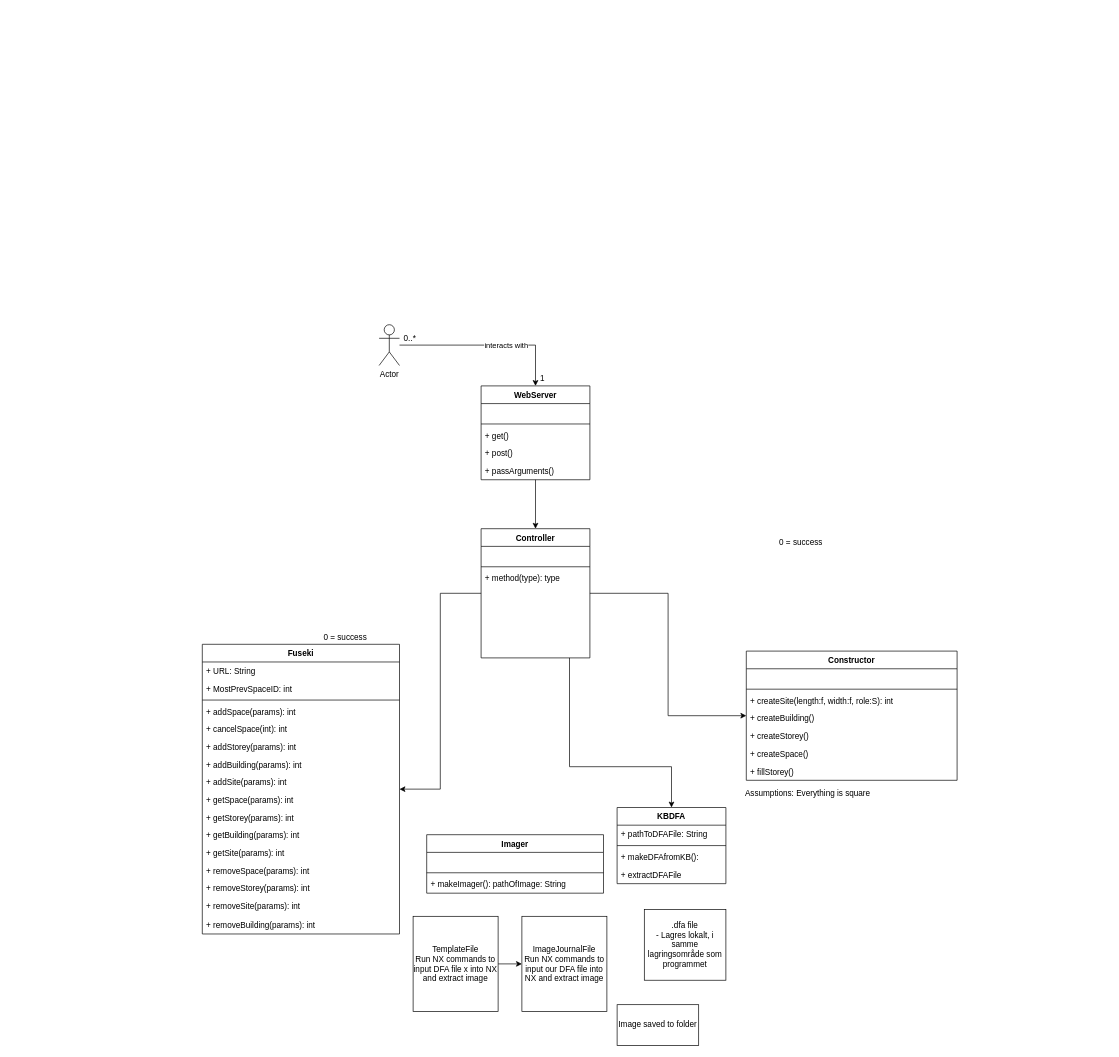
This is page "Design Class Diagram" (7 of 9) of Diagrams/Diagrams.drawio from Hallvaeb/automation-p2-construction-knowledge-base, a draw.io file, before an edit. Source tidied: cells renumbered, new cells numbered last; positions are measured from the earlier drawing's top-left corner, leaving out a move shared by most shapes. Both pictures are drawn from the tidied source at 68%, with x=0, y=0 at pixel (202, 324).
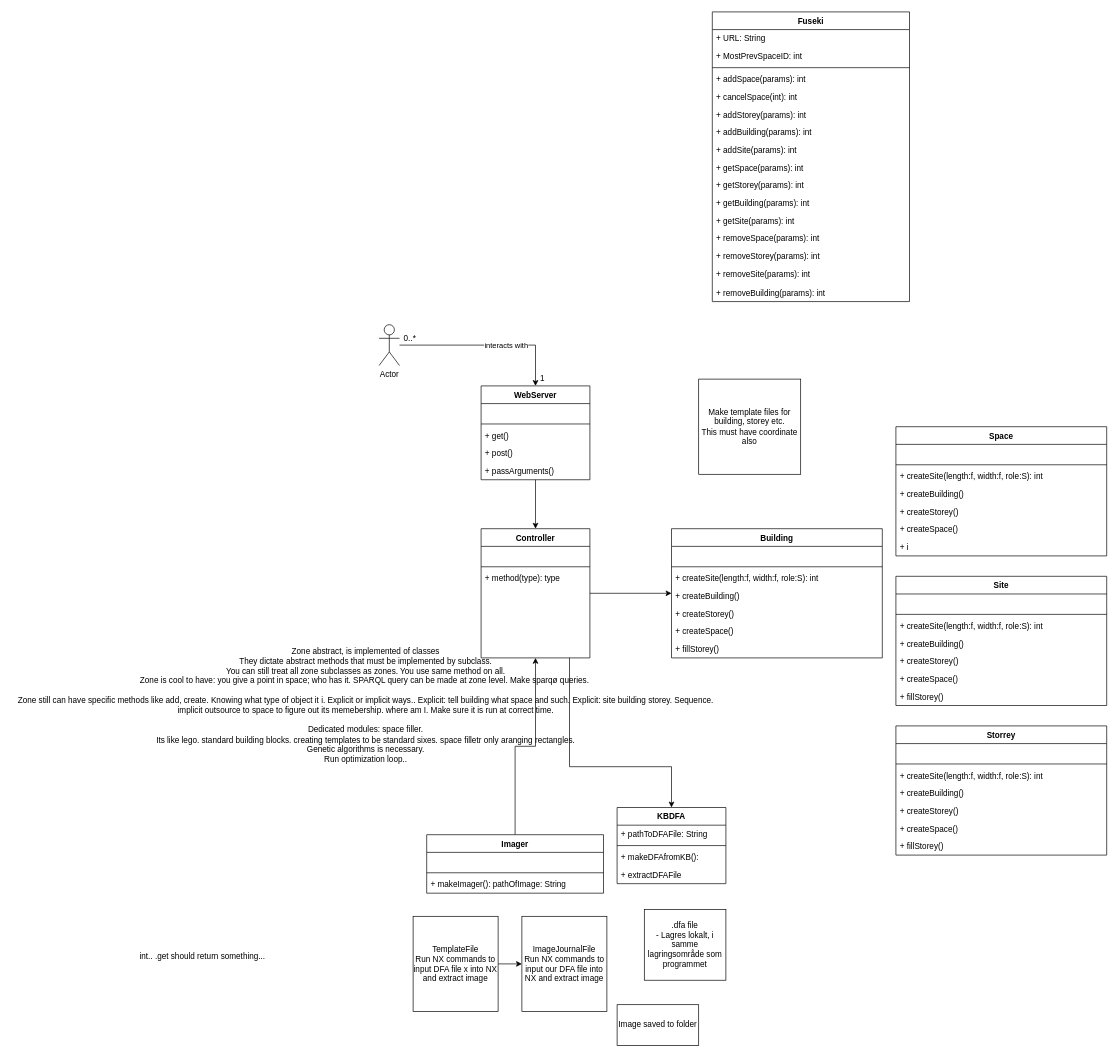
The same page after the edit.

Unchanged cells that the change refers to:
```xml
<mxCell id="36" value="Controller" style="swimlane;fontStyle=1;align=center;verticalAlign=top;horizontal=1;startSize=26;strokeColor=default;fillColor=default;" parent="1" vertex="1">
  <mxGeometry x="410" y="300" width="160" height="190" as="geometry" />
</mxCell>
<mxCell id="50" value="Imager" style="swimlane;fontStyle=1;align=center;verticalAlign=top;horizontal=1;startSize=26;strokeColor=default;fillColor=default;" parent="1" vertex="1">
  <mxGeometry x="330" y="750" width="260" height="86" as="geometry" />
</mxCell>
```

Diff of the diagram source:
```diff
@@
-    <mxCell id="9" style="edgeStyle=orthogonalEdgeStyle;rounded=0;jettySize=auto;html=1;" parent="1" edge="1" source="36" target="18">
-      <mxGeometry relative="1" as="geometry" />
-    </mxCell>
-    <mxCell id="10" value="Constructor" style="swimlane;fontStyle=1;align=center;verticalAlign=top;horizontal=1;startSize=26;strokeColor=default;fillColor=default;" parent="1" vertex="1">
-      <mxGeometry x="800" y="480" width="310" height="190" as="geometry" />
+    <mxCell id="10" value="Building" style="swimlane;fontStyle=1;align=center;verticalAlign=top;horizontal=1;startSize=26;strokeColor=default;fillColor=default;" parent="1" vertex="1">
+      <mxGeometry x="690" y="300" width="310" height="190" as="geometry" />
     </mxCell>
@@
     <mxCell id="18" value="Fuseki" style="swimlane;fontStyle=1;align=center;verticalAlign=top;horizontal=1;startSize=26;strokeColor=default;fillColor=default;" parent="1" vertex="1">
-      <mxGeometry y="470" width="290" height="426" as="geometry" />
+      <mxGeometry x="750" y="-460" width="290" height="426" as="geometry" />
     </mxCell>
@@
+    <mxCell id="67" style="edgeStyle=orthogonalEdgeStyle;rounded=0;jettySize=auto;html=1;exitX=0.5;exitY=0;exitDx=0;exitDy=0;" parent="1" edge="1" source="50" target="36">
+      <mxGeometry relative="1" as="geometry" />
+    </mxCell>
@@
-    <mxCell id="59" value="0 = success&lt;br&gt;" style="text;html=1;align=center;verticalAlign=middle;strokeColor=none;fillColor=none;" parent="1" vertex="1">
-      <mxGeometry x="840" y="311" width="80" height="20" as="geometry" />
-    </mxCell>
-    <mxCell id="60" value="Assumptions: Everything is square" style="text;html=1;align=center;verticalAlign=middle;strokeColor=none;fillColor=none;" parent="1" vertex="1">
-      <mxGeometry x="790" y="680" width="200" height="20" as="geometry" />
-    </mxCell>
-    <mxCell id="61" value="0 = success&lt;br&gt;" style="text;html=1;align=center;verticalAlign=middle;strokeColor=none;fillColor=none;" parent="1" vertex="1">
-      <mxGeometry x="170" y="450" width="80" height="20" as="geometry" />
-    </mxCell>
@@
+    <mxCell id="68" value="int.. .get should return something...&lt;br&gt;" style="text;html=1;align=center;verticalAlign=middle;strokeColor=none;fillColor=none;" parent="1" vertex="1">
+      <mxGeometry x="-100" y="920" width="200" height="20" as="geometry" />
+    </mxCell>
+    <mxCell id="69" value="Site" style="swimlane;fontStyle=1;align=center;verticalAlign=top;horizontal=1;startSize=26;strokeColor=default;fillColor=default;" parent="1" vertex="1">
+      <mxGeometry x="1020" y="370" width="310" height="190" as="geometry" />
+    </mxCell>
+    <mxCell id="70" value=" " style="text;strokeColor=none;fillColor=none;align=left;verticalAlign=top;spacingLeft=4;spacingRight=4;overflow=hidden;" parent="69" vertex="1">
+      <mxGeometry y="26" width="310" height="26" as="geometry" />
+    </mxCell>
+    <mxCell id="71" style="line;strokeWidth=1;fillColor=none;align=left;verticalAlign=middle;spacingTop=-1;spacingLeft=3;spacingRight=3;labelPosition=right;" parent="69" vertex="1">
+      <mxGeometry y="52" width="310" height="8" as="geometry" />
+    </mxCell>
+    <mxCell id="72" value="+ createSite(length:f, width:f, role:S): int" style="text;strokeColor=none;fillColor=none;align=left;verticalAlign=top;spacingLeft=4;spacingRight=4;overflow=hidden;" parent="69" vertex="1">
+      <mxGeometry y="60" width="310" height="26" as="geometry" />
+    </mxCell>
+    <mxCell id="73" value="+ createBuilding()" style="text;strokeColor=none;fillColor=none;align=left;verticalAlign=top;spacingLeft=4;spacingRight=4;overflow=hidden;" parent="69" vertex="1">
+      <mxGeometry y="86" width="310" height="26" as="geometry" />
+    </mxCell>
+    <mxCell id="74" value="+ createStorey()" style="text;strokeColor=none;fillColor=none;align=left;verticalAlign=top;spacingLeft=4;spacingRight=4;overflow=hidden;" parent="69" vertex="1">
+      <mxGeometry y="112" width="310" height="26" as="geometry" />
+    </mxCell>
+    <mxCell id="75" value="+ createSpace()" style="text;strokeColor=none;fillColor=none;align=left;verticalAlign=top;spacingLeft=4;spacingRight=4;overflow=hidden;" parent="69" vertex="1">
+      <mxGeometry y="138" width="310" height="26" as="geometry" />
+    </mxCell>
+    <mxCell id="76" value="+ fillStorey()" style="text;strokeColor=none;fillColor=none;align=left;verticalAlign=top;spacingLeft=4;spacingRight=4;overflow=hidden;" parent="69" vertex="1">
+      <mxGeometry y="164" width="310" height="26" as="geometry" />
+    </mxCell>
+    <mxCell id="77" value="Storrey" style="swimlane;fontStyle=1;align=center;verticalAlign=top;horizontal=1;startSize=26;strokeColor=default;fillColor=default;" parent="1" vertex="1">
+      <mxGeometry x="1020" y="590" width="310" height="190" as="geometry" />
+    </mxCell>
+    <mxCell id="78" value=" " style="text;strokeColor=none;fillColor=none;align=left;verticalAlign=top;spacingLeft=4;spacingRight=4;overflow=hidden;" parent="77" vertex="1">
+      <mxGeometry y="26" width="310" height="26" as="geometry" />
+    </mxCell>
+    <mxCell id="79" style="line;strokeWidth=1;fillColor=none;align=left;verticalAlign=middle;spacingTop=-1;spacingLeft=3;spacingRight=3;labelPosition=right;" parent="77" vertex="1">
+      <mxGeometry y="52" width="310" height="8" as="geometry" />
+    </mxCell>
+    <mxCell id="80" value="+ createSite(length:f, width:f, role:S): int" style="text;strokeColor=none;fillColor=none;align=left;verticalAlign=top;spacingLeft=4;spacingRight=4;overflow=hidden;" parent="77" vertex="1">
+      <mxGeometry y="60" width="310" height="26" as="geometry" />
+    </mxCell>
+    <mxCell id="81" value="+ createBuilding()" style="text;strokeColor=none;fillColor=none;align=left;verticalAlign=top;spacingLeft=4;spacingRight=4;overflow=hidden;" parent="77" vertex="1">
+      <mxGeometry y="86" width="310" height="26" as="geometry" />
+    </mxCell>
+    <mxCell id="82" value="+ createStorey()" style="text;strokeColor=none;fillColor=none;align=left;verticalAlign=top;spacingLeft=4;spacingRight=4;overflow=hidden;" parent="77" vertex="1">
+      <mxGeometry y="112" width="310" height="26" as="geometry" />
+    </mxCell>
+    <mxCell id="83" value="+ createSpace()" style="text;strokeColor=none;fillColor=none;align=left;verticalAlign=top;spacingLeft=4;spacingRight=4;overflow=hidden;" parent="77" vertex="1">
+      <mxGeometry y="138" width="310" height="26" as="geometry" />
+    </mxCell>
+    <mxCell id="84" value="+ fillStorey()" style="text;strokeColor=none;fillColor=none;align=left;verticalAlign=top;spacingLeft=4;spacingRight=4;overflow=hidden;" parent="77" vertex="1">
+      <mxGeometry y="164" width="310" height="26" as="geometry" />
+    </mxCell>
+    <mxCell id="85" value="Space" style="swimlane;fontStyle=1;align=center;verticalAlign=top;horizontal=1;startSize=26;strokeColor=default;fillColor=default;" parent="1" vertex="1">
+      <mxGeometry x="1020" y="150" width="310" height="190" as="geometry" />
+    </mxCell>
+    <mxCell id="86" value=" " style="text;strokeColor=none;fillColor=none;align=left;verticalAlign=top;spacingLeft=4;spacingRight=4;overflow=hidden;" parent="85" vertex="1">
+      <mxGeometry y="26" width="310" height="26" as="geometry" />
+    </mxCell>
+    <mxCell id="87" style="line;strokeWidth=1;fillColor=none;align=left;verticalAlign=middle;spacingTop=-1;spacingLeft=3;spacingRight=3;labelPosition=right;" parent="85" vertex="1">
+      <mxGeometry y="52" width="310" height="8" as="geometry" />
+    </mxCell>
+    <mxCell id="88" value="+ createSite(length:f, width:f, role:S): int" style="text;strokeColor=none;fillColor=none;align=left;verticalAlign=top;spacingLeft=4;spacingRight=4;overflow=hidden;" parent="85" vertex="1">
+      <mxGeometry y="60" width="310" height="26" as="geometry" />
+    </mxCell>
+    <mxCell id="89" value="+ createBuilding()" style="text;strokeColor=none;fillColor=none;align=left;verticalAlign=top;spacingLeft=4;spacingRight=4;overflow=hidden;" parent="85" vertex="1">
+      <mxGeometry y="86" width="310" height="26" as="geometry" />
+    </mxCell>
+    <mxCell id="90" value="+ createStorey()" style="text;strokeColor=none;fillColor=none;align=left;verticalAlign=top;spacingLeft=4;spacingRight=4;overflow=hidden;" parent="85" vertex="1">
+      <mxGeometry y="112" width="310" height="26" as="geometry" />
+    </mxCell>
+    <mxCell id="91" value="+ createSpace()" style="text;strokeColor=none;fillColor=none;align=left;verticalAlign=top;spacingLeft=4;spacingRight=4;overflow=hidden;" parent="85" vertex="1">
+      <mxGeometry y="138" width="310" height="26" as="geometry" />
+    </mxCell>
+    <mxCell id="92" value="+ i" style="text;strokeColor=none;fillColor=none;align=left;verticalAlign=top;spacingLeft=4;spacingRight=4;overflow=hidden;" parent="85" vertex="1">
+      <mxGeometry y="164" width="310" height="26" as="geometry" />
+    </mxCell>
+    <mxCell id="93" value="Make template files for building, storey etc.&lt;br&gt;This must have coordinate also" style="whiteSpace=wrap;html=1;" parent="1" vertex="1">
+      <mxGeometry x="730" y="80" width="150" height="140" as="geometry" />
+    </mxCell>
+    <mxCell id="94" value="Zone abstract, is implemented of classes&lt;br&gt;They dictate abstract methods that must be implemented by subclass.&lt;br&gt;You can still treat all zone subclasses as zones. You use same method on all.&lt;br&gt;Zone is cool to have: you give a point in space; who has it. SPARQL query can be made at zone level. Make sparqø queries.&amp;nbsp;&lt;br&gt;&lt;br&gt;Zone still can have specific methods like add, create. Knowing what type of object it i. Explicit or implicit ways.. Explicit: tell building what space and such. Explicit: site building storey. Sequence.&lt;br&gt;implicit outsource to space to figure out its memebership. where am I. Make sure it is run at correct time.&lt;br&gt;&lt;br&gt;Dedicated modules: space filler.&lt;br&gt;Its like lego. standard building blocks. creating templates to be standard sixes. space filletr only aranging rectangles.&lt;br&gt;Genetic algorithms is necessary.&lt;br&gt;Run optimization loop.." style="text;html=1;align=center;verticalAlign=middle;strokeColor=none;fillColor=none;" parent="1" vertex="1">
+      <mxGeometry x="-280" y="475" width="1040" height="170" as="geometry" />
+    </mxCell>
```
